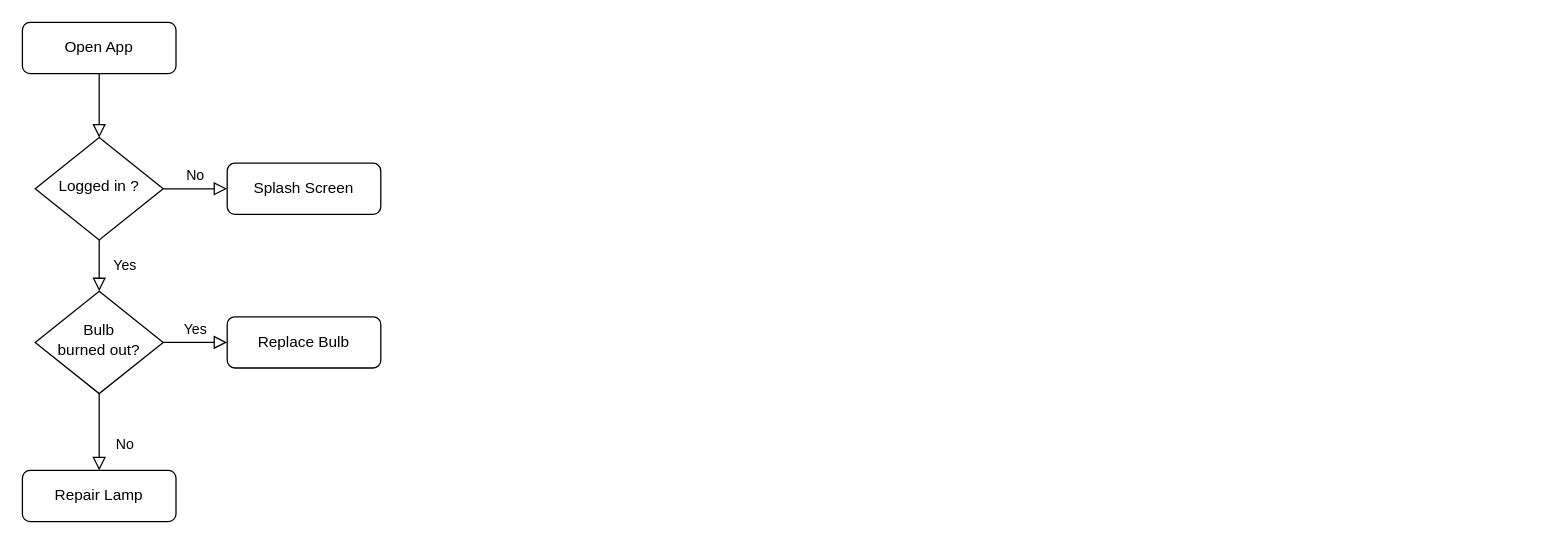
Mohammed-ElSherif/Rusookh_app keeps this draw.io diagram as Rusookh_app.drawio. Above is the earlier version. Source tidied: cells renumbered, new cells numbered last; positions are measured from the earlier drawing's top-left corner, leaving out a move shared by most shapes. Both pictures are drawn from the tidied source at 128%, with x=0, y=0 at pixel (22, 22).
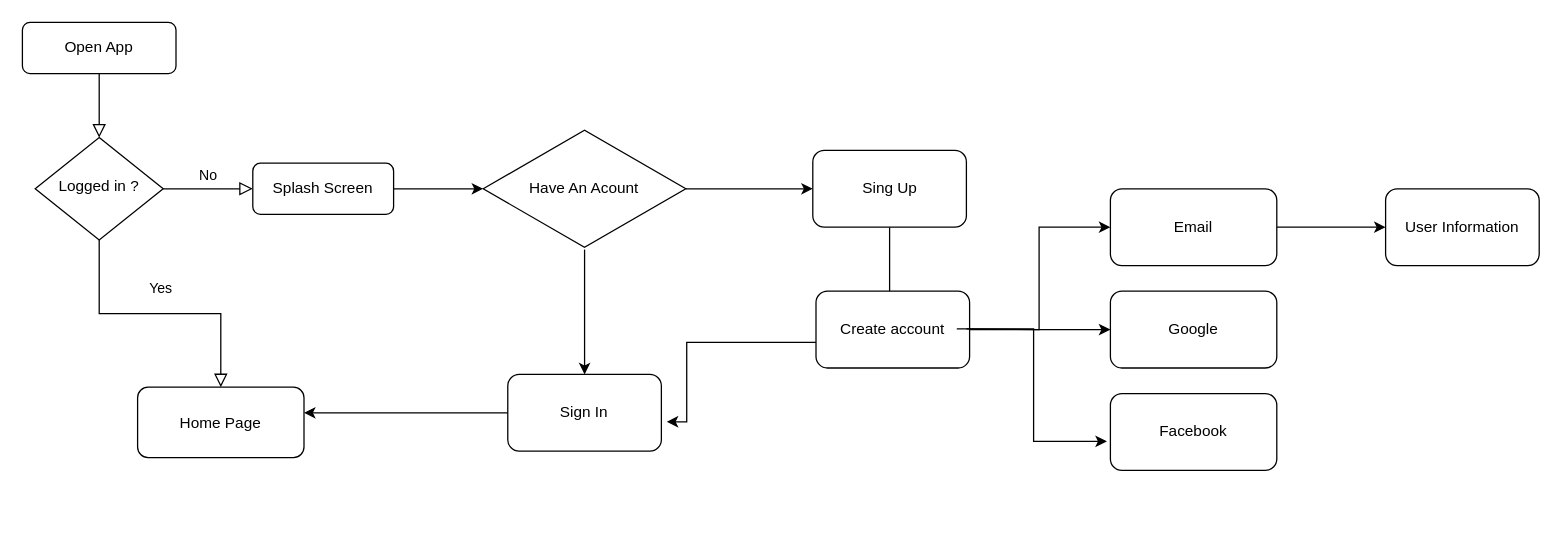
The same diagram, later.

Unchanged cells that the change refers to:
```xml
<mxCell id="6" value="Logged in ?" style="rhombus;whiteSpace=wrap;html=1;shadow=0;fontFamily=Helvetica;fontSize=12;align=center;strokeWidth=1;spacing=6;spacingTop=-4;" parent="1" vertex="1">
  <mxGeometry x="10" y="90" width="100" height="80" as="geometry" />
</mxCell>
```

The edit, as a diff of the source:
```diff
@@
-    <mxCell id="4" value="Yes" style="rounded=0;html=1;jettySize=auto;fontSize=11;endArrow=block;endFill=0;endSize=8;strokeWidth=1;shadow=0;labelBackgroundColor=none;edgeStyle=orthogonalEdgeStyle;" parent="1" edge="1" source="6" target="10">
+    <mxCell id="4" value="Yes" style="rounded=0;html=1;jettySize=auto;fontSize=11;endArrow=block;endFill=0;endSize=8;strokeWidth=1;shadow=0;labelBackgroundColor=none;edgeStyle=orthogonalEdgeStyle;entryX=0.5;entryY=0;entryDx=0;entryDy=0;" parent="1" edge="1" source="6" target="12">
       <mxGeometry y="20" relative="1" as="geometry" />
     </mxCell>
@@
+    <mxCell id="13" style="edgeStyle=orthogonalEdgeStyle;rounded=0;jettySize=auto;html=1;" parent="1" edge="1" source="7">
+      <mxGeometry relative="1" as="geometry">
+        <mxPoint x="360" y="130" as="targetPoint" />
+      </mxGeometry>
+    </mxCell>
     <mxCell id="7" value="Splash Screen" style="rounded=1;whiteSpace=wrap;html=1;fontSize=12;glass=0;strokeWidth=1;shadow=0;" parent="1" vertex="1">
-      <mxGeometry x="160" y="110" width="120" height="40" as="geometry" />
+      <mxGeometry x="180" y="110" width="110" height="40" as="geometry" />
     </mxCell>
-    <mxCell id="8" value="No" style="rounded=0;html=1;jettySize=auto;fontSize=11;endArrow=block;endFill=0;endSize=8;strokeWidth=1;shadow=0;labelBackgroundColor=none;edgeStyle=orthogonalEdgeStyle;" parent="1" edge="1" source="10" target="11">
-      <mxGeometry x="0.33" y="20" relative="1" as="geometry" />
-    </mxCell>
-    <mxCell id="9" value="Yes" style="edgeStyle=orthogonalEdgeStyle;rounded=0;html=1;jettySize=auto;fontSize=11;endArrow=block;endFill=0;endSize=8;strokeWidth=1;shadow=0;labelBackgroundColor=none;" parent="1" edge="1" source="10" target="12">
-      <mxGeometry y="10" relative="1" as="geometry" />
-    </mxCell>
-    <mxCell id="10" value="Bulb&lt;br&gt;burned out?" style="rhombus;whiteSpace=wrap;html=1;shadow=0;fontFamily=Helvetica;fontSize=12;align=center;strokeWidth=1;spacing=6;spacingTop=-4;" parent="1" vertex="1">
-      <mxGeometry x="10" y="210" width="100" height="80" as="geometry" />
-    </mxCell>
-    <mxCell id="11" value="Repair Lamp" style="rounded=1;whiteSpace=wrap;html=1;fontSize=12;glass=0;strokeWidth=1;shadow=0;" parent="1" vertex="1">
-      <mxGeometry y="350" width="120" height="40" as="geometry" />
-    </mxCell>
-    <mxCell id="12" value="Replace Bulb" style="rounded=1;whiteSpace=wrap;html=1;fontSize=12;glass=0;strokeWidth=1;shadow=0;" parent="1" vertex="1">
-      <mxGeometry x="160" y="230" width="120" height="40" as="geometry" />
+    <mxCell id="12" value="Home Page" style="rounded=1;whiteSpace=wrap;html=1;fontSize=12;glass=0;strokeWidth=1;shadow=0;" parent="1" vertex="1">
+      <mxGeometry x="90" y="285" width="130" height="55" as="geometry" />
     </mxCell>
+    <mxCell id="14" style="edgeStyle=orthogonalEdgeStyle;rounded=0;jettySize=auto;html=1;" parent="1" edge="1" source="16" target="18">
+      <mxGeometry relative="1" as="geometry" />
+    </mxCell>
+    <mxCell id="15" style="edgeStyle=orthogonalEdgeStyle;rounded=0;jettySize=auto;html=1;" parent="1" edge="1" source="16" target="20">
+      <mxGeometry relative="1" as="geometry" />
+    </mxCell>
+    <mxCell id="16" value="Have An Acount" style="html=1;whiteSpace=wrap;shape=isoRectangle;" parent="1" vertex="1">
+      <mxGeometry x="360" y="82.5" width="158.3" height="95" as="geometry" />
+    </mxCell>
+    <mxCell id="17" style="edgeStyle=orthogonalEdgeStyle;rounded=0;jettySize=auto;html=1;" parent="1" edge="1" source="18">
+      <mxGeometry relative="1" as="geometry">
+        <mxPoint x="220" y="305" as="targetPoint" />
+      </mxGeometry>
+    </mxCell>
+    <mxCell id="18" value="Sign In" style="rounded=1;whiteSpace=wrap;html=1;" parent="1" vertex="1">
+      <mxGeometry x="379.2" y="275" width="120" height="60" as="geometry" />
+    </mxCell>
+    <mxCell id="19" style="edgeStyle=orthogonalEdgeStyle;rounded=0;jettySize=auto;html=1;" parent="1" edge="1" source="20">
+      <mxGeometry relative="1" as="geometry">
+        <mxPoint x="677.5" y="240" as="targetPoint" />
+      </mxGeometry>
+    </mxCell>
+    <mxCell id="20" value="Sing Up" style="rounded=1;whiteSpace=wrap;html=1;" parent="1" vertex="1">
+      <mxGeometry x="617.5" y="100" width="120" height="60" as="geometry" />
+    </mxCell>
+    <mxCell id="21" style="edgeStyle=orthogonalEdgeStyle;rounded=0;jettySize=auto;html=1;" parent="1" edge="1" source="23" target="24">
+      <mxGeometry relative="1" as="geometry" />
+    </mxCell>
+    <mxCell id="22" style="edgeStyle=orthogonalEdgeStyle;rounded=0;jettySize=auto;html=1;entryX=1.035;entryY=0.617;entryDx=0;entryDy=0;entryPerimeter=0;" parent="1" edge="1" target="18">
+      <mxGeometry relative="1" as="geometry">
+        <mxPoint x="638.3" y="250" as="sourcePoint" />
+        <Array as="points">
+          <mxPoint x="519" y="250" />
+          <mxPoint x="519" y="312" />
+        </Array>
+      </mxGeometry>
+    </mxCell>
+    <mxCell id="23" value="Create account" style="rounded=1;whiteSpace=wrap;html=1;" parent="1" vertex="1">
+      <mxGeometry x="620" y="210" width="120" height="60" as="geometry" />
+    </mxCell>
+    <mxCell id="24" value="Google" style="whiteSpace=wrap;html=1;rounded=1;" parent="1" vertex="1">
+      <mxGeometry x="850" y="210" width="130" height="60" as="geometry" />
+    </mxCell>
+    <mxCell id="25" value="Facebook" style="whiteSpace=wrap;html=1;rounded=1;" parent="1" vertex="1">
+      <mxGeometry x="850" y="290" width="130" height="60" as="geometry" />
+    </mxCell>
+    <mxCell id="26" style="edgeStyle=orthogonalEdgeStyle;rounded=0;jettySize=auto;html=1;" parent="1" edge="1" source="27" target="30">
+      <mxGeometry relative="1" as="geometry" />
+    </mxCell>
+    <mxCell id="27" value="Email" style="whiteSpace=wrap;html=1;rounded=1;" parent="1" vertex="1">
+      <mxGeometry x="850" y="130" width="130" height="60" as="geometry" />
+    </mxCell>
+    <mxCell id="28" style="edgeStyle=orthogonalEdgeStyle;rounded=0;jettySize=auto;html=1;entryX=0;entryY=0.5;entryDx=0;entryDy=0;" parent="1" edge="1" target="27">
+      <mxGeometry relative="1" as="geometry">
+        <mxPoint x="737.5" y="239.5" as="sourcePoint" />
+      </mxGeometry>
+    </mxCell>
+    <mxCell id="29" style="edgeStyle=orthogonalEdgeStyle;rounded=0;jettySize=auto;html=1;entryX=-0.021;entryY=0.622;entryDx=0;entryDy=0;entryPerimeter=0;" parent="1" edge="1" target="25">
+      <mxGeometry relative="1" as="geometry">
+        <mxPoint x="730" y="239.5" as="sourcePoint" />
+        <Array as="points">
+          <mxPoint x="790" y="240" />
+          <mxPoint x="790" y="327" />
+        </Array>
+      </mxGeometry>
+    </mxCell>
+    <mxCell id="30" value="User Information" style="whiteSpace=wrap;html=1;rounded=1;" parent="1" vertex="1">
+      <mxGeometry x="1065" y="130" width="120" height="60" as="geometry" />
+    </mxCell>
```
